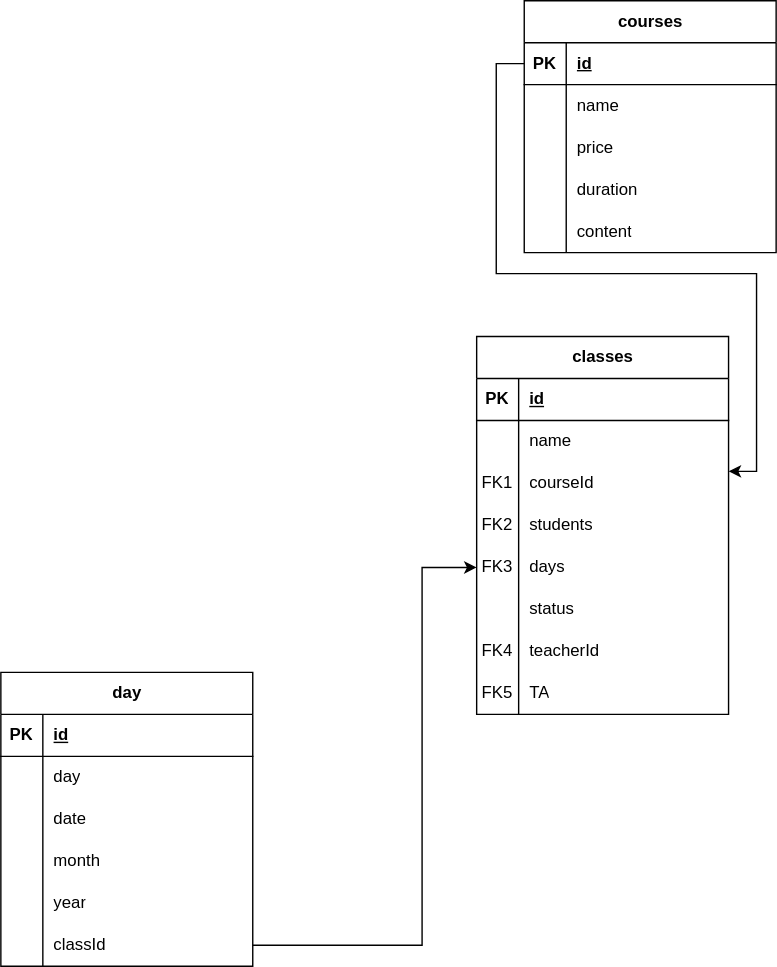
Earlier version of the draw.io export school manager.drawio.svg (VinhQua/school-manager). Source tidied: cells renumbered, new cells last; positions are measured from the earlier drawing's top-left corner, leaving out a move shared by most shapes.
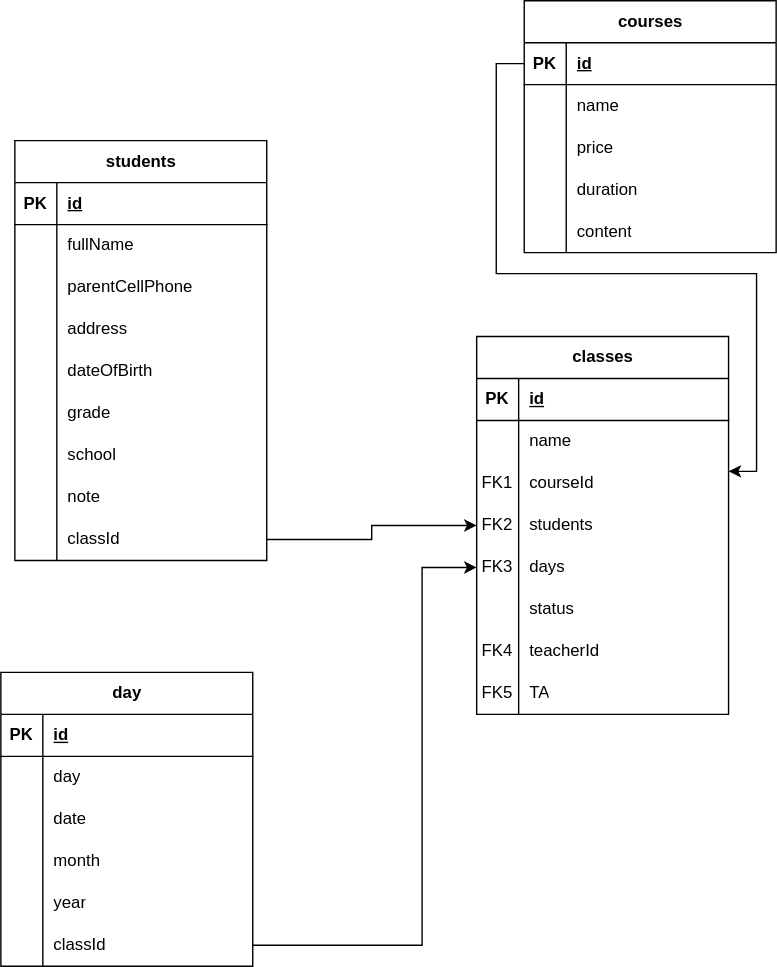
After the commit.

Commit message:
Cập nhật school manager.drawio.svg

The edit, as a diff of the source:
```diff
@@ -193,5 +193,92 @@
         </Array>
       </mxGeometry>
     </mxCell>
+    <mxCell id="64" value="students" style="shape=table;startSize=30;rowLines=0;fontStyle=1;align=center;html=1;" parent="1" vertex="1">
+      <mxGeometry x="10" y="100" width="180" height="300" as="geometry" />
+    </mxCell>
+    <mxCell id="65" style="shape=tableRow;horizontal=0;startSize=0;swimlaneHead=0;swimlaneBody=0;fillColor=none;top=0;left=0;right=0;bottom=1;" parent="64" vertex="1">
+      <mxGeometry y="30" width="180" height="30" as="geometry" />
+    </mxCell>
+    <mxCell id="66" value="PK" style="shape=partialRectangle;fillColor=none;top=0;left=0;bottom=0;right=0;fontStyle=1;overflow=hidden;whiteSpace=wrap;html=1;" parent="65" vertex="1">
+      <mxGeometry width="30" height="30" as="geometry" />
+    </mxCell>
+    <mxCell id="67" value="id" style="shape=partialRectangle;fillColor=none;top=0;left=0;bottom=0;right=0;align=left;spacingLeft=6;fontStyle=5;overflow=hidden;whiteSpace=wrap;html=1;" parent="65" vertex="1">
+      <mxGeometry x="30" width="150" height="30" as="geometry" />
+    </mxCell>
+    <mxCell id="68" style="shape=tableRow;horizontal=0;startSize=0;swimlaneHead=0;swimlaneBody=0;fillColor=none;top=0;left=0;right=0;bottom=0;" parent="64" vertex="1">
+      <mxGeometry y="60" width="180" height="30" as="geometry" />
+    </mxCell>
+    <mxCell id="69" style="shape=partialRectangle;fillColor=none;top=0;left=0;bottom=0;right=0;overflow=hidden;whiteSpace=wrap;html=1;" parent="68" vertex="1">
+      <mxGeometry width="30" height="30" as="geometry" />
+    </mxCell>
+    <mxCell id="70" value="fullName" style="shape=partialRectangle;fillColor=none;top=0;left=0;bottom=0;right=0;align=left;spacingLeft=6;overflow=hidden;whiteSpace=wrap;html=1;" parent="68" vertex="1">
+      <mxGeometry x="30" width="150" height="30" as="geometry" />
+    </mxCell>
+    <mxCell id="71" style="shape=tableRow;horizontal=0;startSize=0;swimlaneHead=0;swimlaneBody=0;fillColor=none;top=0;left=0;right=0;bottom=0;" parent="64" vertex="1">
+      <mxGeometry y="90" width="180" height="30" as="geometry" />
+    </mxCell>
+    <mxCell id="72" style="shape=partialRectangle;fillColor=none;top=0;left=0;bottom=0;right=0;overflow=hidden;whiteSpace=wrap;html=1;" parent="71" vertex="1">
+      <mxGeometry width="30" height="30" as="geometry" />
+    </mxCell>
+    <mxCell id="73" value="parentCellPhone" style="shape=partialRectangle;fillColor=none;top=0;left=0;bottom=0;right=0;align=left;spacingLeft=6;overflow=hidden;whiteSpace=wrap;html=1;" parent="71" vertex="1">
+      <mxGeometry x="30" width="150" height="30" as="geometry" />
+    </mxCell>
+    <mxCell id="74" style="shape=tableRow;horizontal=0;startSize=0;swimlaneHead=0;swimlaneBody=0;fillColor=none;top=0;left=0;right=0;bottom=0;" parent="64" vertex="1">
+      <mxGeometry y="120" width="180" height="30" as="geometry" />
+    </mxCell>
+    <mxCell id="75" style="shape=partialRectangle;fillColor=none;top=0;left=0;bottom=0;right=0;overflow=hidden;whiteSpace=wrap;html=1;" parent="74" vertex="1">
+      <mxGeometry width="30" height="30" as="geometry" />
+    </mxCell>
+    <mxCell id="76" value="address" style="shape=partialRectangle;fillColor=none;top=0;left=0;bottom=0;right=0;align=left;spacingLeft=6;overflow=hidden;whiteSpace=wrap;html=1;" parent="74" vertex="1">
+      <mxGeometry x="30" width="150" height="30" as="geometry" />
+    </mxCell>
+    <mxCell id="77" style="shape=tableRow;horizontal=0;startSize=0;swimlaneHead=0;swimlaneBody=0;fillColor=none;top=0;left=0;right=0;bottom=0;" parent="64" vertex="1">
+      <mxGeometry y="150" width="180" height="30" as="geometry" />
+    </mxCell>
+    <mxCell id="78" style="shape=partialRectangle;fillColor=none;top=0;left=0;bottom=0;right=0;overflow=hidden;whiteSpace=wrap;html=1;" parent="77" vertex="1">
+      <mxGeometry width="30" height="30" as="geometry" />
+    </mxCell>
+    <mxCell id="79" value="dateOfBirth" style="shape=partialRectangle;fillColor=none;top=0;left=0;bottom=0;right=0;align=left;spacingLeft=6;overflow=hidden;whiteSpace=wrap;html=1;" parent="77" vertex="1">
+      <mxGeometry x="30" width="150" height="30" as="geometry" />
+    </mxCell>
+    <mxCell id="80" style="shape=tableRow;horizontal=0;startSize=0;swimlaneHead=0;swimlaneBody=0;fillColor=none;top=0;left=0;right=0;bottom=0;" parent="64" vertex="1">
+      <mxGeometry y="180" width="180" height="30" as="geometry" />
+    </mxCell>
+    <mxCell id="81" style="shape=partialRectangle;fillColor=none;top=0;left=0;bottom=0;right=0;overflow=hidden;whiteSpace=wrap;html=1;" parent="80" vertex="1">
+      <mxGeometry width="30" height="30" as="geometry" />
+    </mxCell>
+    <mxCell id="82" value="grade" style="shape=partialRectangle;fillColor=none;top=0;left=0;bottom=0;right=0;align=left;spacingLeft=6;overflow=hidden;whiteSpace=wrap;html=1;" parent="80" vertex="1">
+      <mxGeometry x="30" width="150" height="30" as="geometry" />
+    </mxCell>
+    <mxCell id="83" style="shape=tableRow;horizontal=0;startSize=0;swimlaneHead=0;swimlaneBody=0;fillColor=none;top=0;left=0;right=0;bottom=0;" parent="64" vertex="1">
+      <mxGeometry y="210" width="180" height="30" as="geometry" />
+    </mxCell>
+    <mxCell id="84" style="shape=partialRectangle;fillColor=none;top=0;left=0;bottom=0;right=0;overflow=hidden;whiteSpace=wrap;html=1;" parent="83" vertex="1">
+      <mxGeometry width="30" height="30" as="geometry" />
+    </mxCell>
+    <mxCell id="85" value="school" style="shape=partialRectangle;fillColor=none;top=0;left=0;bottom=0;right=0;align=left;spacingLeft=6;overflow=hidden;whiteSpace=wrap;html=1;" parent="83" vertex="1">
+      <mxGeometry x="30" width="150" height="30" as="geometry" />
+    </mxCell>
+    <mxCell id="86" style="shape=tableRow;horizontal=0;startSize=0;swimlaneHead=0;swimlaneBody=0;fillColor=none;top=0;left=0;right=0;bottom=0;" parent="64" vertex="1">
+      <mxGeometry y="240" width="180" height="30" as="geometry" />
+    </mxCell>
+    <mxCell id="87" style="shape=partialRectangle;fillColor=none;top=0;left=0;bottom=0;right=0;overflow=hidden;whiteSpace=wrap;html=1;" parent="86" vertex="1">
+      <mxGeometry width="30" height="30" as="geometry" />
+    </mxCell>
+    <mxCell id="88" value="note" style="shape=partialRectangle;fillColor=none;top=0;left=0;bottom=0;right=0;align=left;spacingLeft=6;overflow=hidden;whiteSpace=wrap;html=1;" parent="86" vertex="1">
+      <mxGeometry x="30" width="150" height="30" as="geometry" />
+    </mxCell>
+    <mxCell id="89" style="shape=tableRow;horizontal=0;startSize=0;swimlaneHead=0;swimlaneBody=0;fillColor=none;points=[[0,0.5],[1,0.5]];portConstraint=eastwest;top=0;left=0;right=0;bottom=0;" parent="64" vertex="1">
+      <mxGeometry y="270" width="180" height="30" as="geometry" />
+    </mxCell>
+    <mxCell id="90" style="shape=partialRectangle;fillColor=none;top=0;left=0;bottom=0;right=0;overflow=hidden;whiteSpace=wrap;html=1;" parent="89" vertex="1">
+      <mxGeometry width="30" height="30" as="geometry" />
+    </mxCell>
+    <mxCell id="91" value="classId" style="shape=partialRectangle;fillColor=none;top=0;left=0;bottom=0;right=0;align=left;spacingLeft=6;overflow=hidden;whiteSpace=wrap;html=1;" parent="89" vertex="1">
+      <mxGeometry x="30" width="150" height="30" as="geometry" />
+    </mxCell>
+    <mxCell id="92" style="edgeStyle=orthogonalEdgeStyle;rounded=0;jettySize=auto;html=1;entryX=0;entryY=0.5;entryDx=0;entryDy=0;" parent="1" edge="1" source="89" target="29">
+      <mxGeometry relative="1" as="geometry" />
+    </mxCell>
   </root>
 </mxGraphModel>
```
